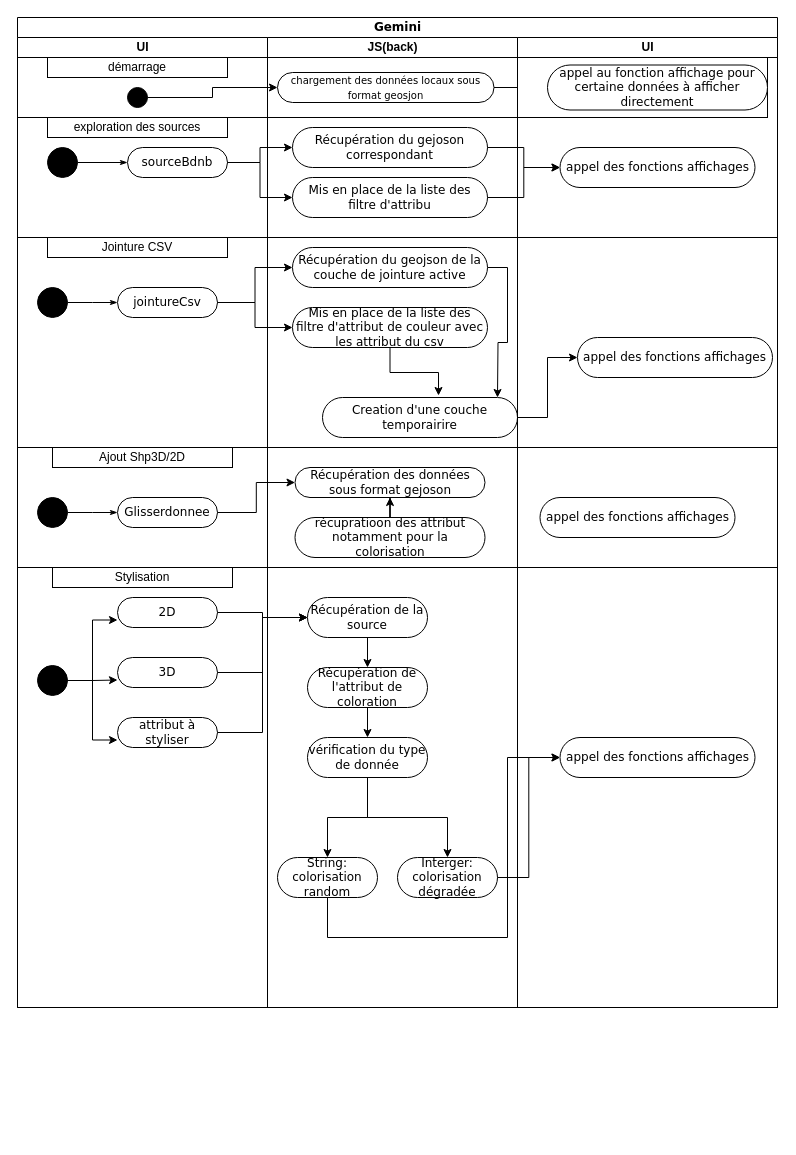
This is Diagramme sans nom.drawio from EnzoVenon/Gemini_numeriques, a draw.io file, before an edit. Source tidied: cells renumbered, new cells numbered last; positions are measured from the earlier drawing's top-left corner, leaving out a move shared by most shapes. Both pictures are drawn from the tidied source at 100%, with x=0, y=0 at pixel (17, 17).
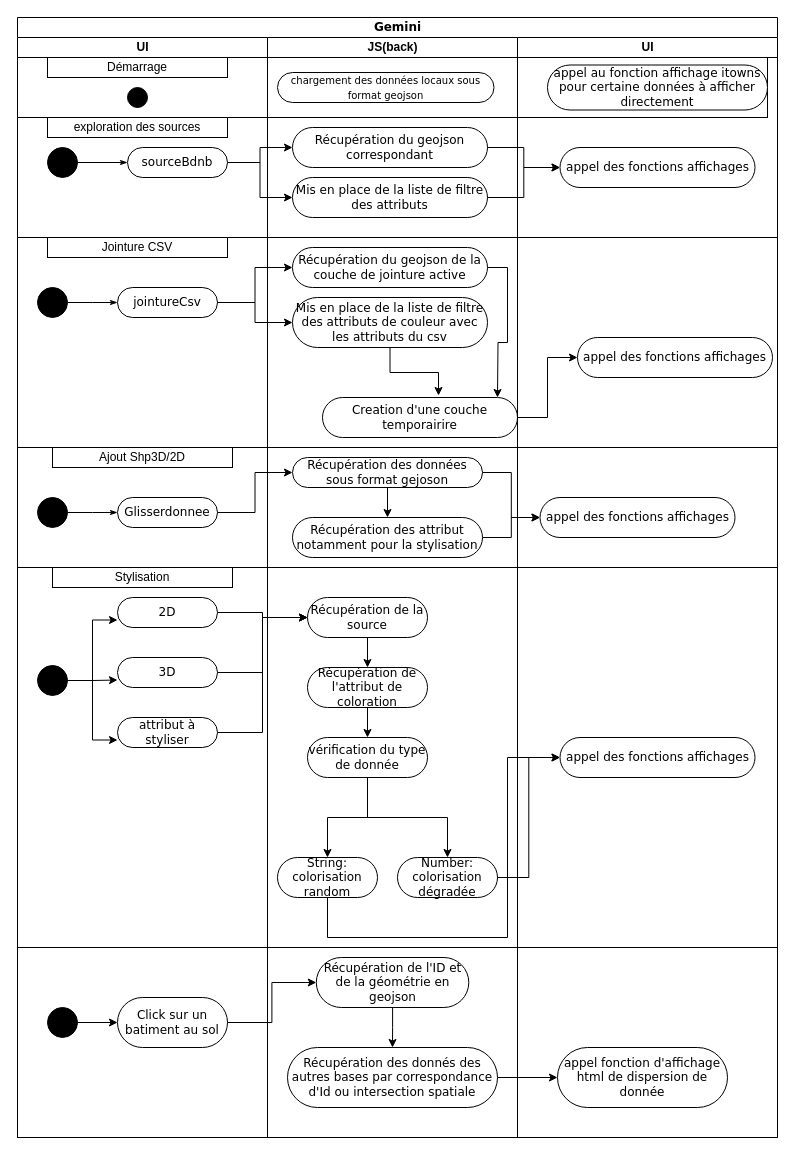
After the change.

Commit message:
Mettre à jour Diagramme sans nom.drawio

Unchanged cells that the change refers to:
```xml
<mxCell id="5" value="sourceBdnb" style="rounded=1;whiteSpace=wrap;html=1;shadow=0;comic=0;labelBackgroundColor=none;strokeWidth=1;fontFamily=Verdana;fontSize=12;align=center;arcSize=50;" parent="3" vertex="1">
  <mxGeometry x="110" y="110" width="100" height="30" as="geometry" />
</mxCell>
<mxCell id="9" style="ellipse;whiteSpace=wrap;html=1;rounded=0;shadow=0;comic=0;labelBackgroundColor=none;strokeWidth=1;fillColor=#000000;fontFamily=Verdana;fontSize=12;align=center;" parent="3" vertex="1">
  <mxGeometry x="110" y="50" width="20" height="20" as="geometry" />
</mxCell>
<mxCell id="18" value="Glisserdonnee" style="rounded=1;whiteSpace=wrap;html=1;shadow=0;comic=0;labelBackgroundColor=none;strokeWidth=1;fontFamily=Verdana;fontSize=12;align=center;arcSize=50;" parent="3" vertex="1">
  <mxGeometry x="100" y="460" width="100" height="30" as="geometry" />
</mxCell>
<mxCell id="61" value="appel des fonctions affichages" style="rounded=1;whiteSpace=wrap;html=1;shadow=0;comic=0;labelBackgroundColor=none;strokeWidth=1;fontFamily=Verdana;fontSize=12;align=center;arcSize=50;" parent="55" vertex="1">
  <mxGeometry x="22.5" y="460" width="195" height="40" as="geometry" />
</mxCell>
```

The edit, as a diff of the source:
```diff
@@
     <mxCell id="2" value="Gemini" style="swimlane;html=1;startSize=20;rounded=0;shadow=0;comic=0;labelBackgroundColor=none;strokeWidth=1;fontFamily=Verdana;fontSize=12;align=center;" parent="1" vertex="1">
-      <mxGeometry width="760" height="990" as="geometry" />
+      <mxGeometry width="760" height="1120" as="geometry" />
     </mxCell>
+    <mxCell id="51" style="edgeStyle=orthogonalEdgeStyle;rounded=0;jettySize=auto;html=1;" parent="2" edge="1" source="9" target="30">
+      <mxGeometry relative="1" as="geometry" />
+    </mxCell>
+    <mxCell id="52" style="edgeStyle=orthogonalEdgeStyle;rounded=0;html=1;labelBackgroundColor=none;startArrow=none;startFill=0;startSize=5;endArrow=classicThin;endFill=1;endSize=5;jettySize=auto;strokeWidth=1;fontFamily=Verdana;fontSize=12;entryX=0;entryY=0.5;entryDx=0;entryDy=0;exitX=1;exitY=0.5;exitDx=0;exitDy=0;" parent="2" edge="1" source="30" target="57">
+      <mxGeometry relative="1" as="geometry">
+        <Array as="points">
+          <mxPoint x="528" y="70" />
+          <mxPoint x="528" y="78" />
+        </Array>
+      </mxGeometry>
+    </mxCell>
+    <mxCell id="53" style="edgeStyle=orthogonalEdgeStyle;rounded=0;jettySize=auto;html=1;" parent="2" edge="1" source="5" target="31">
+      <mxGeometry relative="1" as="geometry" />
+    </mxCell>
+    <mxCell id="54" style="edgeStyle=orthogonalEdgeStyle;rounded=0;jettySize=auto;html=1;entryX=0;entryY=0.5;entryDx=0;entryDy=0;" parent="2" edge="1" source="5" target="32">
+      <mxGeometry relative="1" as="geometry" />
+    </mxCell>
     <mxCell id="3" value="UI" style="swimlane;html=1;startSize=20;" parent="2" vertex="1">
-      <mxGeometry y="20" width="250" height="970" as="geometry" />
+      <mxGeometry y="20" width="250" height="1100" as="geometry" />
     </mxCell>
@@
-    <mxCell id="8" value="démarrage" style="whiteSpace=wrap;html=1;" parent="3" vertex="1">
+    <mxCell id="8" value="Démarrage" style="whiteSpace=wrap;html=1;" parent="3" vertex="1">
       <mxGeometry x="30" y="20" width="180" height="20" as="geometry" />
     </mxCell>
@@
+    <mxCell id="74" style="edgeStyle=orthogonalEdgeStyle;rounded=0;jettySize=auto;html=1;" parent="3" edge="1" source="75" target="76">
+      <mxGeometry relative="1" as="geometry" />
+    </mxCell>
+    <mxCell id="75" style="ellipse;whiteSpace=wrap;html=1;rounded=0;shadow=0;comic=0;labelBackgroundColor=none;strokeWidth=1;fillColor=#000000;fontFamily=Verdana;fontSize=12;align=center;" parent="3" vertex="1">
+      <mxGeometry x="30" y="970" width="30" height="30" as="geometry" />
+    </mxCell>
+    <mxCell id="76" value="Click sur un batiment au sol" style="rounded=1;whiteSpace=wrap;html=1;shadow=0;comic=0;labelBackgroundColor=none;strokeWidth=1;fontFamily=Verdana;fontSize=12;align=center;arcSize=50;" parent="3" vertex="1">
+      <mxGeometry x="100" y="960" width="110" height="50" as="geometry" />
+    </mxCell>
     <mxCell id="28" value="JS(back)" style="swimlane;html=1;startSize=20;" parent="2" vertex="1">
-      <mxGeometry x="250" y="20" width="250" height="970" as="geometry" />
+      <mxGeometry x="250" y="20" width="250" height="1100" as="geometry" />
     </mxCell>
@@
-    <mxCell id="30" value="&lt;font style=&quot;font-size: 10px;&quot;&gt;chargement des données locaux sous format geosjon &lt;/font&gt;" style="rounded=1;whiteSpace=wrap;html=1;shadow=0;comic=0;labelBackgroundColor=none;strokeWidth=1;fontFamily=Verdana;fontSize=12;align=center;arcSize=50;" parent="28" vertex="1">
+    <mxCell id="30" value="&lt;font style=&quot;font-size: 10px;&quot;&gt;chargement des données locaux sous format geojson &lt;/font&gt;" style="rounded=1;whiteSpace=wrap;html=1;shadow=0;comic=0;labelBackgroundColor=none;strokeWidth=1;fontFamily=Verdana;fontSize=12;align=center;arcSize=50;" parent="28" vertex="1">
       <mxGeometry x="10" y="35" width="216.5" height="30" as="geometry" />
     </mxCell>
-    <mxCell id="31" value="Récupération du gejoson correspondant" style="rounded=1;whiteSpace=wrap;html=1;shadow=0;comic=0;labelBackgroundColor=none;strokeWidth=1;fontFamily=Verdana;fontSize=12;align=center;arcSize=50;" parent="28" vertex="1">
+    <mxCell id="31" value="Récupération du geojson correspondant" style="rounded=1;whiteSpace=wrap;html=1;shadow=0;comic=0;labelBackgroundColor=none;strokeWidth=1;fontFamily=Verdana;fontSize=12;align=center;arcSize=50;" parent="28" vertex="1">
       <mxGeometry x="25" y="90" width="195" height="40" as="geometry" />
     </mxCell>
-    <mxCell id="32" value="Mis en place de la liste des filtre d'attribu" style="rounded=1;whiteSpace=wrap;html=1;shadow=0;comic=0;labelBackgroundColor=none;strokeWidth=1;fontFamily=Verdana;fontSize=12;align=center;arcSize=50;" parent="28" vertex="1">
+    <mxCell id="32" value="Mis en place de la liste de filtre des attributs" style="rounded=1;whiteSpace=wrap;html=1;shadow=0;comic=0;labelBackgroundColor=none;strokeWidth=1;fontFamily=Verdana;fontSize=12;align=center;arcSize=50;" parent="28" vertex="1">
       <mxGeometry x="25" y="140" width="195" height="40" as="geometry" />
     </mxCell>
@@
-    <mxCell id="37" value="Mis en place de la liste des filtre d'attribut de couleur avec les attribut du csv" style="rounded=1;whiteSpace=wrap;html=1;shadow=0;comic=0;labelBackgroundColor=none;strokeWidth=1;fontFamily=Verdana;fontSize=12;align=center;arcSize=50;" parent="28" vertex="1">
-      <mxGeometry x="25" y="270" width="195" height="40" as="geometry" />
+    <mxCell id="37" value="Mis en place de la liste de filtre des attributs de couleur avec les attributs du csv" style="rounded=1;whiteSpace=wrap;html=1;shadow=0;comic=0;labelBackgroundColor=none;strokeWidth=1;fontFamily=Verdana;fontSize=12;align=center;arcSize=50;" parent="28" vertex="1">
+      <mxGeometry x="25" y="260" width="195" height="50" as="geometry" />
     </mxCell>
@@
+    <mxCell id="77" style="edgeStyle=orthogonalEdgeStyle;rounded=0;jettySize=auto;html=1;" parent="28" edge="1" source="39" target="41">
+      <mxGeometry relative="1" as="geometry" />
+    </mxCell>
     <mxCell id="39" value="Récupération des données sous format gejoson" style="rounded=1;whiteSpace=wrap;html=1;shadow=0;comic=0;labelBackgroundColor=none;strokeWidth=1;fontFamily=Verdana;fontSize=12;align=center;arcSize=50;" parent="28" vertex="1">
-      <mxGeometry x="27.5" y="430" width="190" height="30" as="geometry" />
+      <mxGeometry x="25" y="420" width="190" height="30" as="geometry" />
     </mxCell>
-    <mxCell id="40" style="edgeStyle=orthogonalEdgeStyle;rounded=0;jettySize=auto;html=1;" parent="28" edge="1" source="41" target="39">
-      <mxGeometry relative="1" as="geometry" />
-    </mxCell>
-    <mxCell id="41" value="récupratioon des attribut notamment pour la colorisation " style="rounded=1;whiteSpace=wrap;html=1;shadow=0;comic=0;labelBackgroundColor=none;strokeWidth=1;fontFamily=Verdana;fontSize=12;align=center;arcSize=50;" parent="28" vertex="1">
-      <mxGeometry x="27.5" y="480" width="190" height="40" as="geometry" />
+    <mxCell id="41" value="Récupération des attribut notamment pour la stylisation " style="rounded=1;whiteSpace=wrap;html=1;shadow=0;comic=0;labelBackgroundColor=none;strokeWidth=1;fontFamily=Verdana;fontSize=12;align=center;arcSize=50;" parent="28" vertex="1">
+      <mxGeometry x="25" y="480" width="190" height="40" as="geometry" />
     </mxCell>
@@
-    <mxCell id="50" value="Interger: colorisation dégradée " style="rounded=1;whiteSpace=wrap;html=1;shadow=0;comic=0;labelBackgroundColor=none;strokeWidth=1;fontFamily=Verdana;fontSize=12;align=center;arcSize=50;" parent="28" vertex="1">
+    <mxCell id="50" value="Number: colorisation dégradée " style="rounded=1;whiteSpace=wrap;html=1;shadow=0;comic=0;labelBackgroundColor=none;strokeWidth=1;fontFamily=Verdana;fontSize=12;align=center;arcSize=50;" parent="28" vertex="1">
       <mxGeometry x="130" y="820" width="100" height="40" as="geometry" />
     </mxCell>
-    <mxCell id="51" style="edgeStyle=orthogonalEdgeStyle;rounded=0;jettySize=auto;html=1;" parent="2" edge="1" source="9" target="30">
-      <mxGeometry relative="1" as="geometry" />
-    </mxCell>
-    <mxCell id="52" style="edgeStyle=orthogonalEdgeStyle;rounded=0;html=1;labelBackgroundColor=none;startArrow=none;startFill=0;startSize=5;endArrow=classicThin;endFill=1;endSize=5;jettySize=auto;strokeWidth=1;fontFamily=Verdana;fontSize=12;entryX=0;entryY=0.5;entryDx=0;entryDy=0;exitX=1;exitY=0.5;exitDx=0;exitDy=0;" parent="2" edge="1" source="30" target="57">
-      <mxGeometry relative="1" as="geometry">
-        <Array as="points">
-          <mxPoint x="528" y="70" />
-          <mxPoint x="528" y="78" />
-        </Array>
-      </mxGeometry>
-    </mxCell>
-    <mxCell id="53" style="edgeStyle=orthogonalEdgeStyle;rounded=0;jettySize=auto;html=1;" parent="2" edge="1" source="5" target="31">
-      <mxGeometry relative="1" as="geometry" />
-    </mxCell>
-    <mxCell id="54" style="edgeStyle=orthogonalEdgeStyle;rounded=0;jettySize=auto;html=1;entryX=0;entryY=0.5;entryDx=0;entryDy=0;" parent="2" edge="1" source="5" target="32">
-      <mxGeometry relative="1" as="geometry" />
-    </mxCell>
+    <mxCell id="78" style="endArrow=none;html=1;rounded=0;" parent="28" edge="1">
+      <mxGeometry relative="1" as="geometry">
+        <mxPoint x="-250" y="910" as="sourcePoint" />
+        <mxPoint x="510" y="910" as="targetPoint" />
+      </mxGeometry>
+    </mxCell>
+    <mxCell id="79" style="edgeStyle=orthogonalEdgeStyle;rounded=0;jettySize=auto;html=1;" parent="28" edge="1" source="80" target="81">
+      <mxGeometry relative="1" as="geometry" />
+    </mxCell>
+    <mxCell id="80" value="Récupération de l'ID et de la géométrie en geojson" style="rounded=1;whiteSpace=wrap;html=1;shadow=0;comic=0;labelBackgroundColor=none;strokeWidth=1;fontFamily=Verdana;fontSize=12;align=center;arcSize=50;" parent="28" vertex="1">
+      <mxGeometry x="48.8" y="920" width="152.5" height="50" as="geometry" />
+    </mxCell>
+    <mxCell id="81" value="Récupération des donnés des autres bases par correspondance d'Id ou intersection spatiale" style="rounded=1;whiteSpace=wrap;html=1;shadow=0;comic=0;labelBackgroundColor=none;strokeWidth=1;fontFamily=Verdana;fontSize=12;align=center;arcSize=50;" parent="28" vertex="1">
+      <mxGeometry x="20" y="1010" width="210" height="60" as="geometry" />
+    </mxCell>
     <mxCell id="55" value="UI" style="swimlane;html=1;startSize=20;" parent="2" vertex="1">
-      <mxGeometry x="500" y="20" width="260" height="970" as="geometry" />
+      <mxGeometry x="500" y="20" width="260" height="1100" as="geometry" />
     </mxCell>
@@
-    <mxCell id="57" value="appel au fonction affichage pour certaine données à afficher directement " style="rounded=1;whiteSpace=wrap;html=1;shadow=0;comic=0;labelBackgroundColor=none;strokeWidth=1;fontFamily=Verdana;fontSize=12;align=center;arcSize=50;" parent="55" vertex="1">
+    <mxCell id="57" value="appel au fonction affichage itowns pour certaine données à afficher directement " style="rounded=1;whiteSpace=wrap;html=1;shadow=0;comic=0;labelBackgroundColor=none;strokeWidth=1;fontFamily=Verdana;fontSize=12;align=center;arcSize=50;" parent="55" vertex="1">
       <mxGeometry x="30" y="27.5" width="220" height="45" as="geometry" />
     </mxCell>
@@
+    <mxCell id="82" value="appel fonction d'affichage html de dispersion de donnée" style="whiteSpace=wrap;html=1;fontFamily=Verdana;rounded=1;shadow=0;comic=0;labelBackgroundColor=none;strokeWidth=1;arcSize=50;" parent="55" vertex="1">
+      <mxGeometry x="40" y="1010" width="170" height="60" as="geometry" />
+    </mxCell>
@@
-    <mxCell id="68" style="edgeStyle=orthogonalEdgeStyle;rounded=0;jettySize=auto;html=1;" parent="2" edge="1" source="18" target="39">
-      <mxGeometry relative="1" as="geometry" />
-    </mxCell>
@@
+    <mxCell id="68" style="edgeStyle=orthogonalEdgeStyle;rounded=0;jettySize=auto;html=1;entryX=0;entryY=0.5;entryDx=0;entryDy=0;" parent="2" edge="1" source="18" target="39">
+      <mxGeometry relative="1" as="geometry" />
+    </mxCell>
+    <mxCell id="83" style="edgeStyle=orthogonalEdgeStyle;rounded=0;jettySize=auto;html=1;entryX=0;entryY=0.5;entryDx=0;entryDy=0;" parent="2" edge="1" source="39" target="61">
+      <mxGeometry relative="1" as="geometry" />
+    </mxCell>
+    <mxCell id="84" style="edgeStyle=orthogonalEdgeStyle;rounded=0;jettySize=auto;html=1;entryX=0;entryY=0.5;entryDx=0;entryDy=0;" parent="2" edge="1" source="41" target="61">
+      <mxGeometry relative="1" as="geometry" />
+    </mxCell>
+    <mxCell id="85" style="edgeStyle=orthogonalEdgeStyle;rounded=0;jettySize=auto;html=1;" parent="2" edge="1" source="76" target="80">
+      <mxGeometry relative="1" as="geometry" />
+    </mxCell>
+    <mxCell id="86" style="edgeStyle=orthogonalEdgeStyle;rounded=0;jettySize=auto;html=1;" parent="2" edge="1" source="81" target="82">
+      <mxGeometry relative="1" as="geometry" />
+    </mxCell>
```
